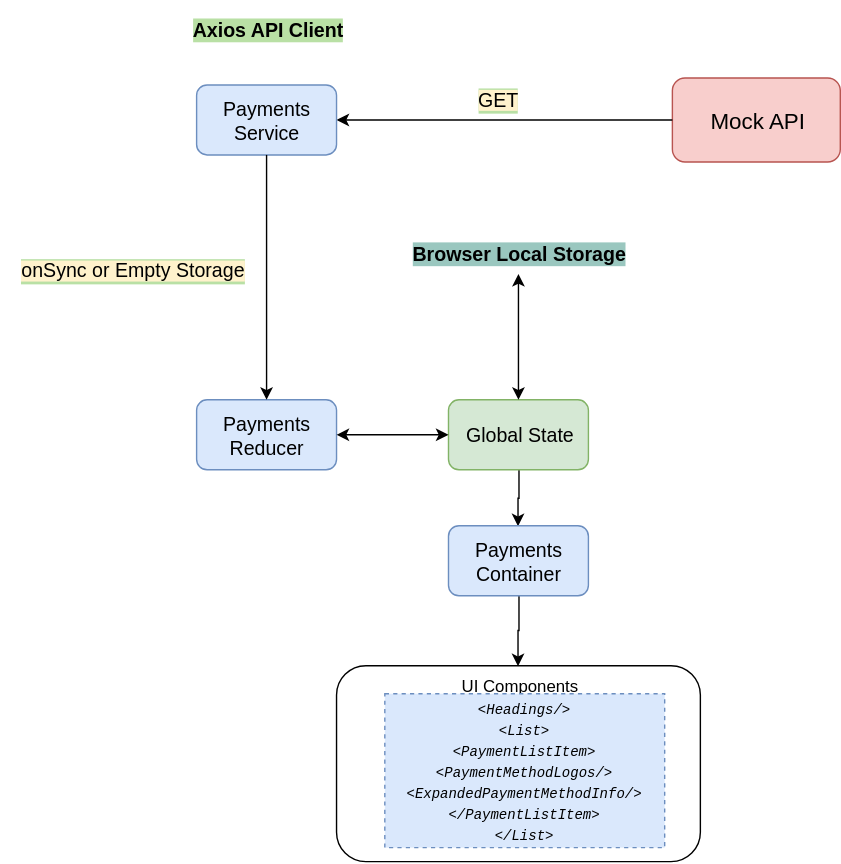
Above: PaymentMethods.svg in dmorais92/paymentMethodsPoc (draw.io), before the change. Source tidied: cells renumbered, new cells last; positions are measured from the earlier drawing's top-left corner, leaving out a move shared by most shapes.
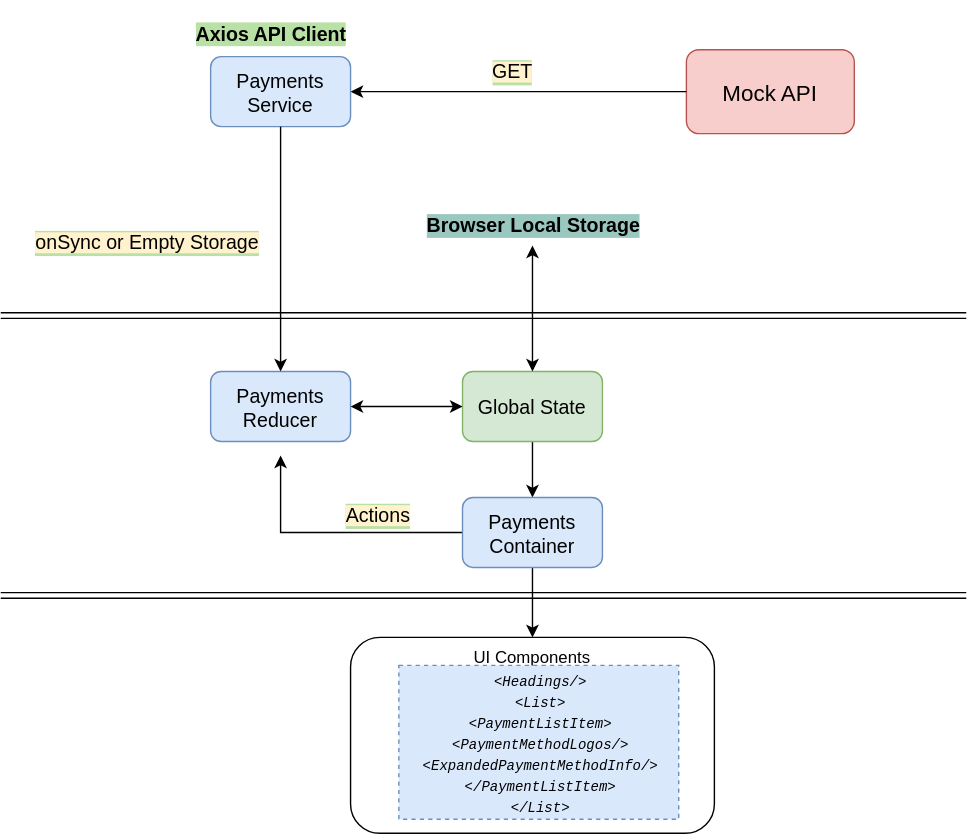
The same file after the commit.

Commit message:
Rename mock data file to use it as a server   - More info at my-json-server.typicode.com

Change to the diagram source:
```diff
@@ -15,7 +15,7 @@
       <mxGeometry x="274.5" y="495" width="200" height="110" as="geometry" />
     </mxCell>
     <mxCell id="6" value="Axios API Client" style="text;html=1;strokeColor=none;fillColor=none;align=center;verticalAlign=middle;whiteSpace=wrap;rounded=0;dashed=1;labelBackgroundColor=#B9E0A5;fontSize=14;fontStyle=1;" parent="1" vertex="1">
-      <mxGeometry x="102.5" width="175" height="40" as="geometry" />
+      <mxGeometry x="95" y="20" width="175" height="45" as="geometry" />
     </mxCell>
     <mxCell id="7" value="Payments Service" style="rounded=1;whiteSpace=wrap;html=1;fillColor=#dae8fc;strokeColor=#6c8ebf;strokeWidth=1;glass=0;comic=0;shadow=0;fontSize=14;" parent="1" vertex="1">
       <mxGeometry x="140" y="60" width="100" height="50" as="geometry" />
@@ -50,8 +50,28 @@
     <mxCell id="17" style="edgeStyle=orthogonalEdgeStyle;rounded=0;jettySize=auto;html=1;entryX=0.5;entryY=0;entryDx=0;entryDy=0;fontFamily=Lucida Console;fontSize=14;" parent="1" edge="1" source="18" target="4">
       <mxGeometry relative="1" as="geometry" />
     </mxCell>
+    <mxCell id="19" style="edgeStyle=orthogonalEdgeStyle;rounded=0;jettySize=auto;html=1;" parent="1" edge="1" source="18">
+      <mxGeometry relative="1" as="geometry">
+        <mxPoint x="190" y="345" as="targetPoint" />
+      </mxGeometry>
+    </mxCell>
     <mxCell id="18" value="Payments Container" style="rounded=1;whiteSpace=wrap;html=1;fillColor=#dae8fc;strokeColor=#6c8ebf;strokeWidth=1;glass=0;comic=0;shadow=0;fontSize=14;" parent="1" vertex="1">
       <mxGeometry x="320" y="375" width="100" height="50" as="geometry" />
     </mxCell>
+    <mxCell id="20" value="&lt;span style=&quot;background-color: rgb(255 , 242 , 204)&quot;&gt;&lt;font face=&quot;Helvetica&quot;&gt;Actions&lt;br&gt;&lt;/font&gt;&lt;/span&gt;" style="text;html=1;strokeColor=none;fillColor=none;align=center;verticalAlign=middle;whiteSpace=wrap;rounded=0;dashed=1;labelBackgroundColor=#B9E0A5;fontFamily=Lucida Console;fontSize=14;" parent="1" vertex="1">
+      <mxGeometry x="165" y="375" width="190" height="25" as="geometry" />
+    </mxCell>
+    <mxCell id="21" style="shape=link;html=1;" parent="1" edge="1">
+      <mxGeometry relative="1" as="geometry">
+        <mxPoint x="-10" y="245" as="sourcePoint" />
+        <mxPoint x="680" y="245" as="targetPoint" />
+      </mxGeometry>
+    </mxCell>
+    <mxCell id="22" style="shape=link;html=1;" parent="1" edge="1">
+      <mxGeometry relative="1" as="geometry">
+        <mxPoint x="-10" y="445" as="sourcePoint" />
+        <mxPoint x="680" y="445" as="targetPoint" />
+      </mxGeometry>
+    </mxCell>
   </root>
 </mxGraphModel>
```
